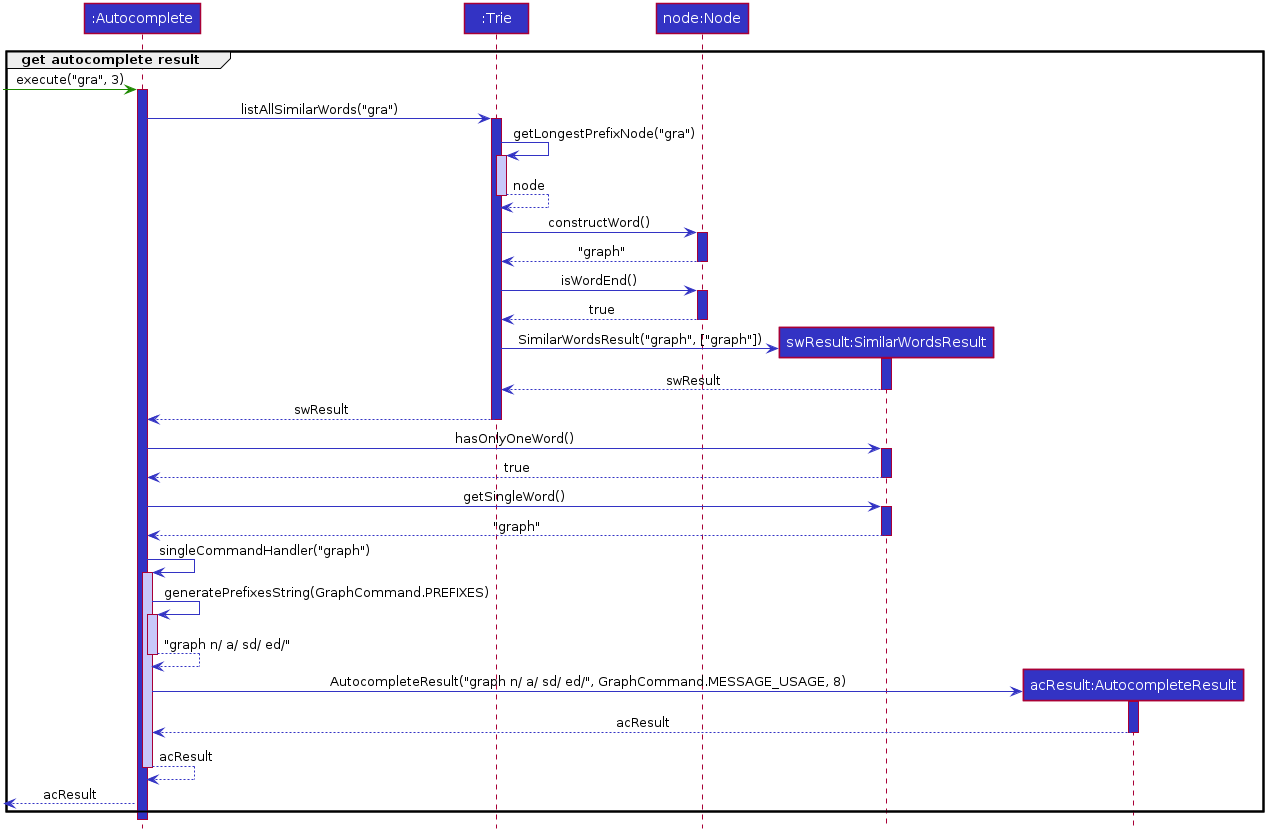
The PlantUML diagram docs/images/CommandAutocompleteSequenceDiagramRef.png in nus-cs2103-AY1920S2/addressbook-level3, before a commit.
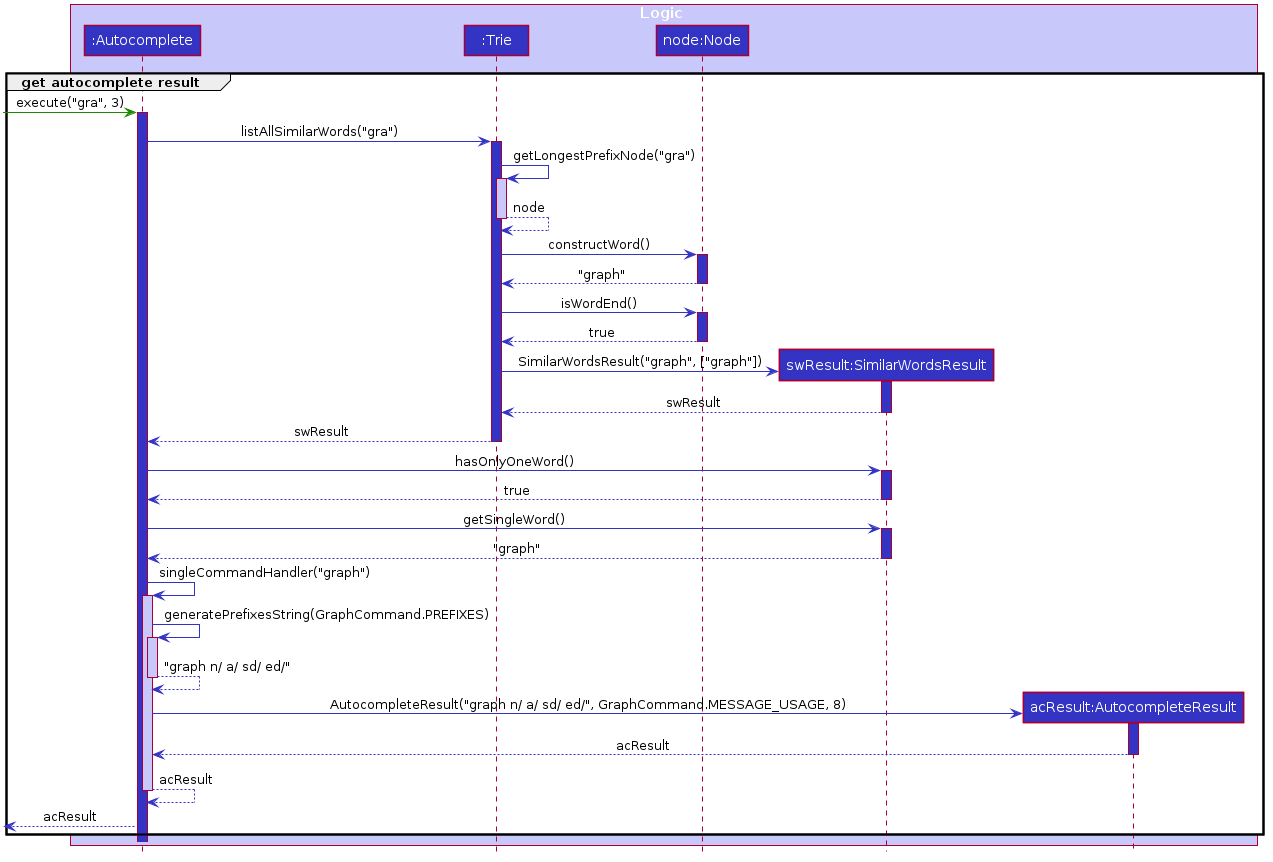
After the commit.

What changed in the source:
```diff
@@ -48,11 +48,13 @@
 hide members
 hide circle
 
+box Logic #C8C8FA
 Participant ":Autocomplete" as autoComplete #3333C4
 Participant ":Trie" as trie #3333C4
 Participant "node:Node" as node #3333C4
 Participant "swResult:SimilarWordsResult" as similarWordsResult #3333C4
 Participant "acResult:AutocompleteResult" as autoCompleteResult #3333C4
+end box
 
 group get autocomplete result
 
```
